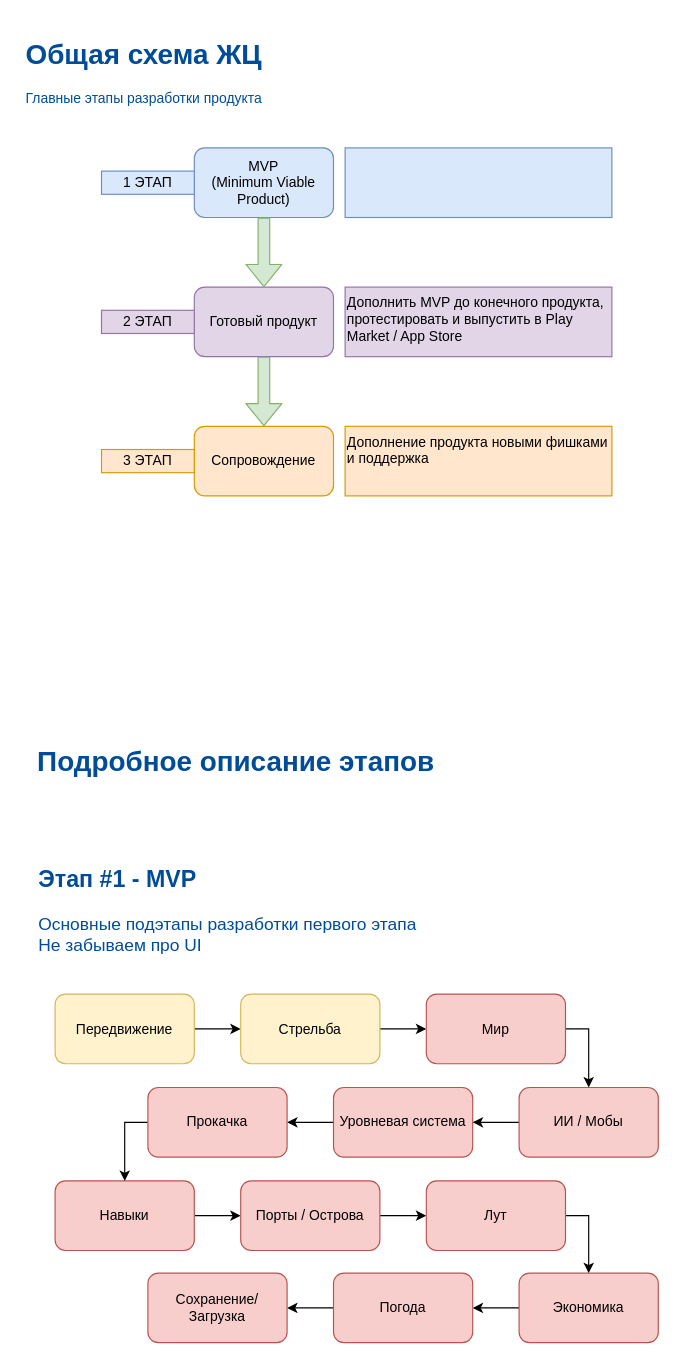
This is Documents/LifeCycles.drawio from Wyzzus/Ships, a draw.io file, before an edit. Source tidied: cells renumbered, new cells numbered last; positions are measured from the earlier drawing's top-left corner, leaving out a move shared by most shapes. Both pictures are drawn from the tidied source at 116%, with x=0, y=0 at pixel (20, 31).
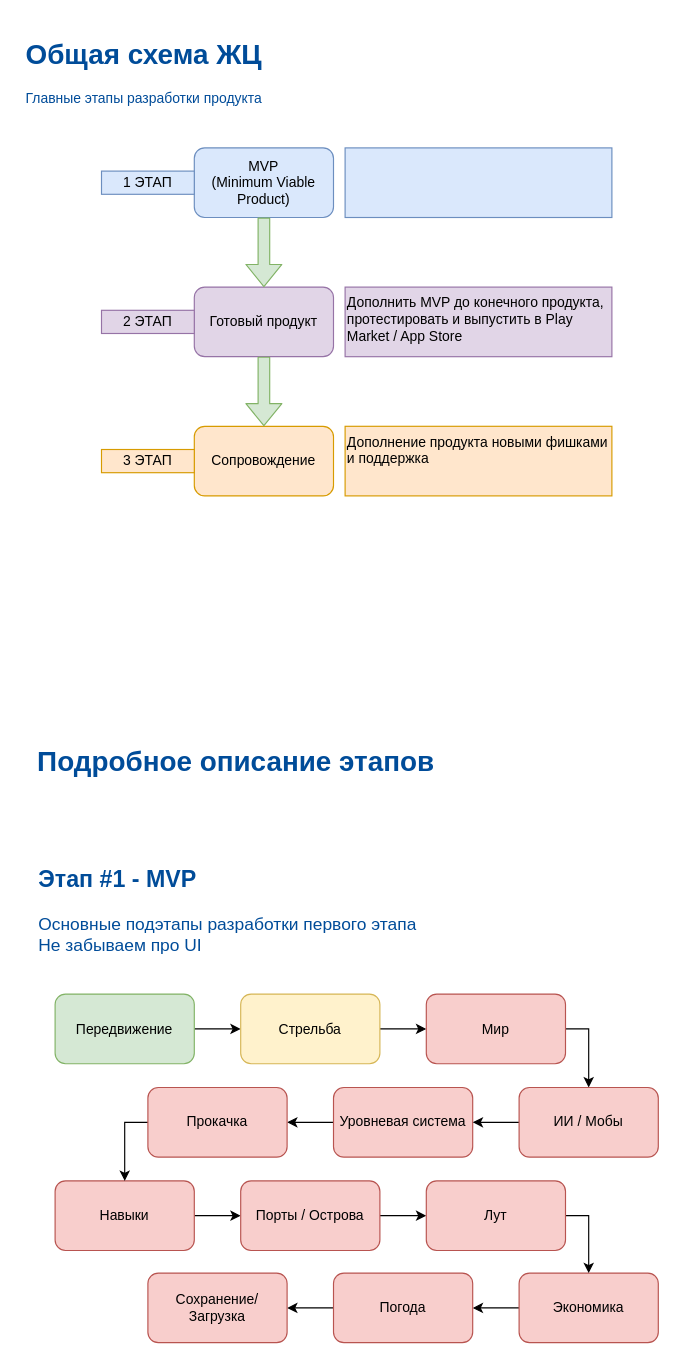
After the change.

What changed in the source:
```diff
@@
-    <mxCell id="17" value="&lt;div style=&quot;text-align: center&quot;&gt;&lt;span&gt;Передвижение&lt;/span&gt;&lt;/div&gt;" style="rounded=1;whiteSpace=wrap;html=1;align=center;fillColor=#fff2cc;strokeColor=#d6b656;" parent="1" vertex="1">
+    <mxCell id="17" value="&lt;div style=&quot;text-align: center&quot;&gt;&lt;span&gt;Передвижение&lt;/span&gt;&lt;/div&gt;" style="rounded=1;whiteSpace=wrap;html=1;align=center;fillColor=#d5e8d4;strokeColor=#82b366;" parent="1" vertex="1">
       <mxGeometry x="30" y="829.5" width="120" height="60" as="geometry" />
     </mxCell>
```
